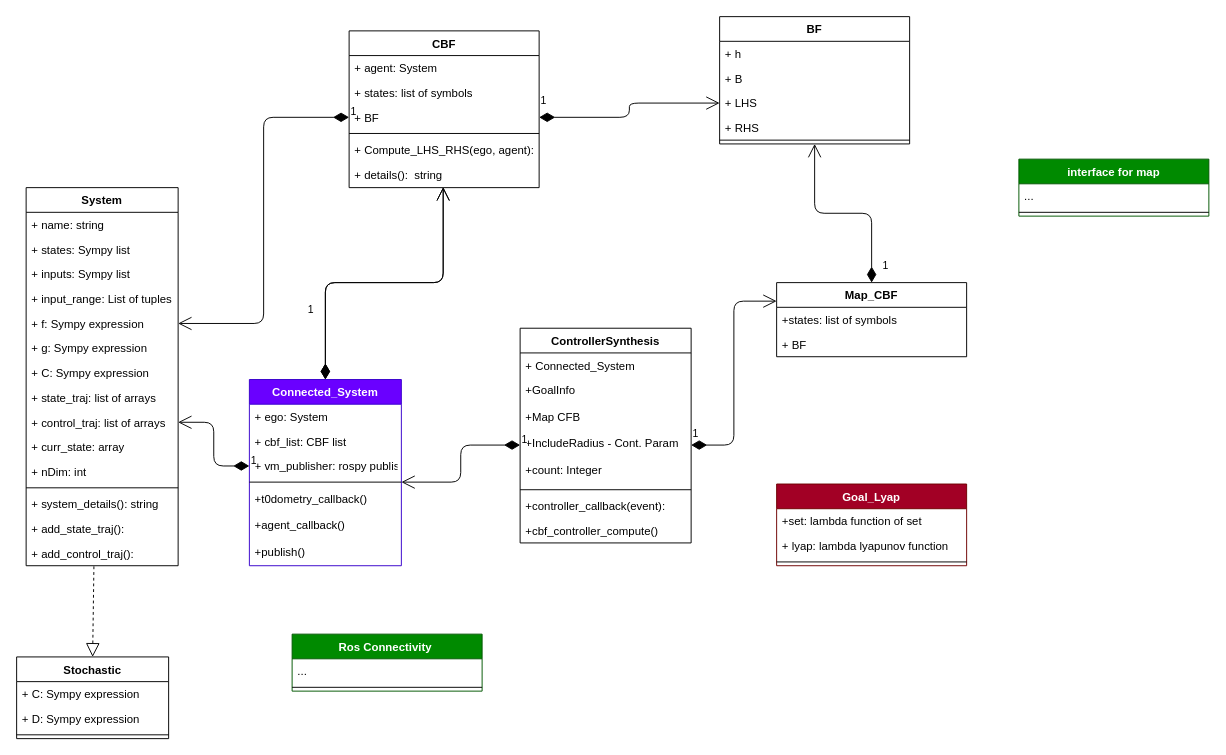
Earlier version of the draw.io diagram scripts/python_architecture.drawio (tomashdz/control_barrier_function_kit). Source tidied: cells renumbered, new cells numbered last; positions are measured from the earlier drawing's top-left corner, leaving out a move shared by most shapes. Both pictures are drawn from the tidied source at 95%, with x=0, y=0 at pixel (16, 16).
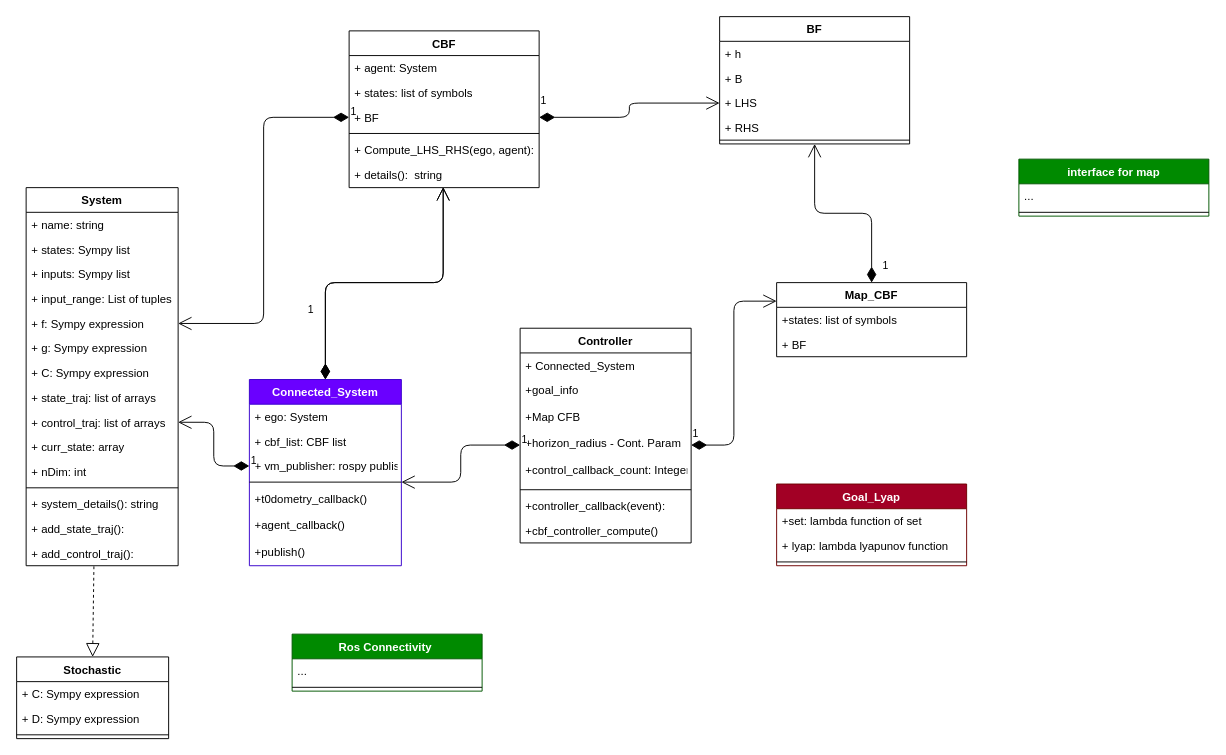
After the change.

What changed in the source:
```diff
@@
-    <mxCell id="29" value="ControllerSynthesis" style="swimlane;fontStyle=1;align=center;verticalAlign=top;horizontal=1;startSize=26;" parent="1" vertex="1">
+    <mxCell id="29" value="Controller" style="swimlane;fontStyle=1;align=center;verticalAlign=top;horizontal=1;startSize=26;" parent="1" vertex="1">
       <mxGeometry x="530" y="328" width="180" height="226" as="geometry" />
     </mxCell>
@@
-    <mxCell id="31" value="+GoalInfo&#10;" style="text;strokeColor=none;fillColor=none;align=left;verticalAlign=top;spacingLeft=4;spacingRight=4;overflow=hidden;" parent="29" vertex="1">
+    <mxCell id="31" value="+goal_info" style="text;strokeColor=none;fillColor=none;align=left;verticalAlign=top;spacingLeft=4;spacingRight=4;overflow=hidden;" parent="29" vertex="1">
       <mxGeometry y="52" width="180" height="28" as="geometry" />
     </mxCell>
-    <mxCell id="32" value="+Map CFB&#10;&#10;+IncludeRadius - Cont. Param&#10;&#10;+count: Integer" style="text;strokeColor=none;fillColor=none;align=left;verticalAlign=top;spacingLeft=4;spacingRight=4;overflow=hidden;points=[[0,0.5],[1,0.5]];portConstraint=eastwest;" parent="29" vertex="1">
+    <mxCell id="32" value="+Map CFB&#10;&#10;+horizon_radius - Cont. Param&#10;&#10;+control_callback_count: Integer" style="text;strokeColor=none;fillColor=none;align=left;verticalAlign=top;spacingLeft=4;spacingRight=4;overflow=hidden;points=[[0,0.5],[1,0.5]];portConstraint=eastwest;" parent="29" vertex="1">
       <mxGeometry y="80" width="180" height="86" as="geometry" />
     </mxCell>
```
